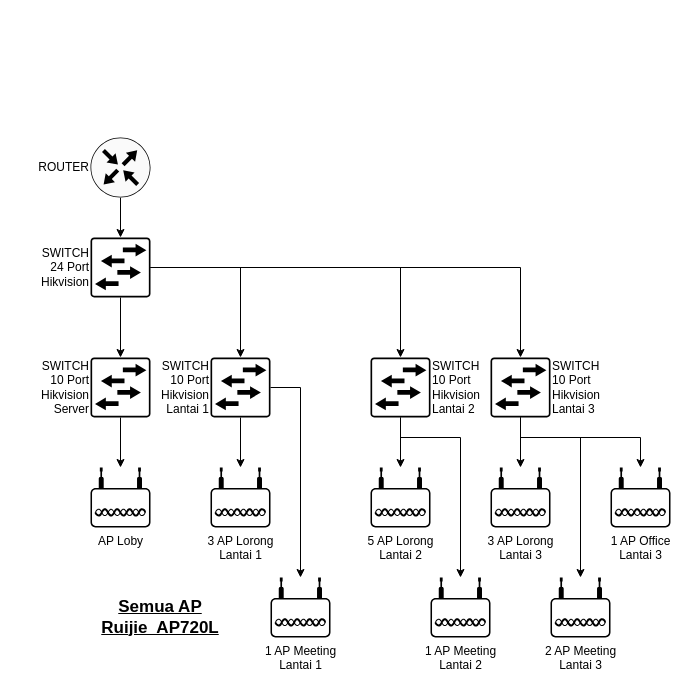
Before: page "Existing" (1 of 2) of Topologi Kiyana Hotel Batang.drawio in hnkzf/topologi-site, a draw.io diagram. Source tidied: cells renumbered, new cells numbered last; positions are measured from the earlier drawing's top-left corner, leaving out a move shared by most shapes. Both pictures are drawn from the tidied source at 100%, with x=0, y=0 at pixel (90, 137).
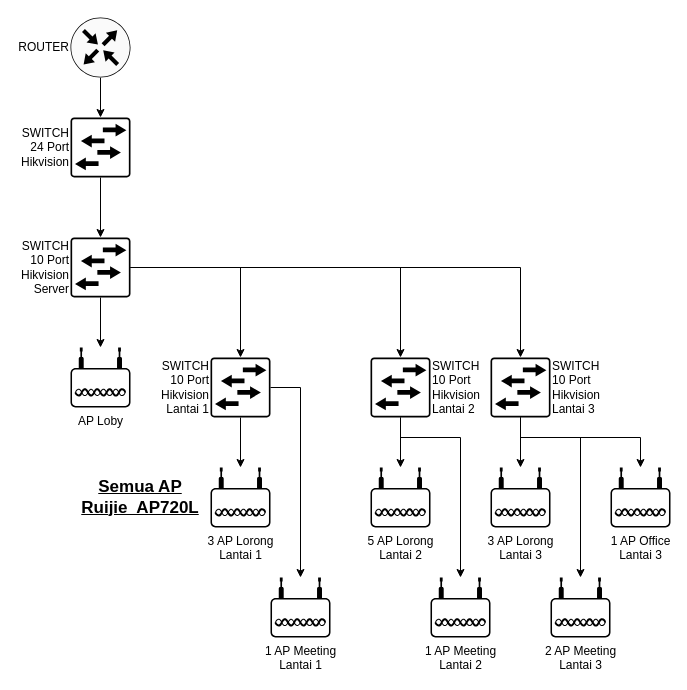
After the change.

The change refers to these unchanged cells:
```xml
<mxCell id="9" value="SWITCH&lt;div&gt;10 Port&lt;/div&gt;&lt;div&gt;Hikvision&lt;/div&gt;&lt;div&gt;Lantai 1&lt;/div&gt;" style="sketch=0;points=[[0.015,0.015,0],[0.985,0.015,0],[0.985,0.985,0],[0.015,0.985,0],[0.25,0,0],[0.5,0,0],[0.75,0,0],[1,0.25,0],[1,0.5,0],[1,0.75,0],[0.75,1,0],[0.5,1,0],[0.25,1,0],[0,0.75,0],[0,0.5,0],[0,0.25,0]];verticalLabelPosition=middle;html=1;verticalAlign=middle;align=right;shape=mxgraph.cisco19.rect;prIcon=l2_switch;fillColor=none;strokeColor=#000000;labelPosition=left;" parent="1" vertex="1">
  <mxGeometry x="120" y="220" width="60" height="60" as="geometry" />
</mxCell>
<mxCell id="11" value="SWITCH&lt;div&gt;10 Port&lt;/div&gt;&lt;div&gt;Hikvision&lt;/div&gt;&lt;div&gt;Lantai 2&lt;/div&gt;" style="sketch=0;points=[[0.015,0.015,0],[0.985,0.015,0],[0.985,0.985,0],[0.015,0.985,0],[0.25,0,0],[0.5,0,0],[0.75,0,0],[1,0.25,0],[1,0.5,0],[1,0.75,0],[0.75,1,0],[0.5,1,0],[0.25,1,0],[0,0.75,0],[0,0.5,0],[0,0.25,0]];verticalLabelPosition=middle;html=1;verticalAlign=middle;align=left;shape=mxgraph.cisco19.rect;prIcon=l2_switch;fillColor=none;strokeColor=#000000;labelPosition=right;" parent="1" vertex="1">
  <mxGeometry x="280" y="220" width="60" height="60" as="geometry" />
</mxCell>
<mxCell id="13" value="SWITCH&lt;div&gt;10 Port&lt;/div&gt;&lt;div&gt;Hikvision&lt;/div&gt;&lt;div&gt;Lantai 3&lt;/div&gt;" style="sketch=0;points=[[0.015,0.015,0],[0.985,0.015,0],[0.985,0.985,0],[0.015,0.985,0],[0.25,0,0],[0.5,0,0],[0.75,0,0],[1,0.25,0],[1,0.5,0],[1,0.75,0],[0.75,1,0],[0.5,1,0],[0.25,1,0],[0,0.75,0],[0,0.5,0],[0,0.25,0]];verticalLabelPosition=middle;html=1;verticalAlign=middle;align=left;shape=mxgraph.cisco19.rect;prIcon=l2_switch;fillColor=none;strokeColor=#000000;labelPosition=right;" parent="1" vertex="1">
  <mxGeometry x="400" y="220" width="60" height="60" as="geometry" />
</mxCell>
```

Diff of the diagram source:
```diff
@@
     <mxCell id="3" value="ROUTER" style="sketch=0;points=[[0.5,0,0],[1,0.5,0],[0.5,1,0],[0,0.5,0],[0.145,0.145,0],[0.8555,0.145,0],[0.855,0.8555,0],[0.145,0.855,0]];verticalLabelPosition=middle;html=1;verticalAlign=middle;align=right;shape=mxgraph.cisco19.rect;prIcon=router;fillColor=#FAFAFA;strokeColor=none;strokeWidth=1;labelPosition=left;" parent="1" vertex="1">
-      <mxGeometry width="60" height="60" as="geometry" />
+      <mxGeometry x="-20" y="-120" width="60" height="60" as="geometry" />
     </mxCell>
     <mxCell id="4" value="SWITCH&lt;div&gt;24 Port&lt;/div&gt;&lt;div&gt;Hikvision&lt;/div&gt;" style="sketch=0;points=[[0.015,0.015,0],[0.985,0.015,0],[0.985,0.985,0],[0.015,0.985,0],[0.25,0,0],[0.5,0,0],[0.75,0,0],[1,0.25,0],[1,0.5,0],[1,0.75,0],[0.75,1,0],[0.5,1,0],[0.25,1,0],[0,0.75,0],[0,0.5,0],[0,0.25,0]];verticalLabelPosition=middle;html=1;verticalAlign=middle;align=right;shape=mxgraph.cisco19.rect;prIcon=l2_switch;fillColor=none;strokeColor=#000000;labelPosition=left;labelBackgroundColor=default;" parent="1" vertex="1">
-      <mxGeometry y="100" width="60" height="60" as="geometry" />
+      <mxGeometry x="-20" y="-20" width="60" height="60" as="geometry" />
     </mxCell>
@@
+    <mxCell id="30" style="edgeStyle=orthogonalEdgeStyle;rounded=0;jettySize=auto;html=1;entryX=0.5;entryY=0;entryDx=0;entryDy=0;entryPerimeter=0;" parent="1" edge="1" source="6" target="13">
+      <mxGeometry relative="1" as="geometry" />
+    </mxCell>
     <mxCell id="6" value="SWITCH&lt;div&gt;10 Port&lt;/div&gt;&lt;div&gt;Hikvision&lt;/div&gt;&lt;div&gt;Server&lt;/div&gt;" style="sketch=0;points=[[0.015,0.015,0],[0.985,0.015,0],[0.985,0.985,0],[0.015,0.985,0],[0.25,0,0],[0.5,0,0],[0.75,0,0],[1,0.25,0],[1,0.5,0],[1,0.75,0],[0.75,1,0],[0.5,1,0],[0.25,1,0],[0,0.75,0],[0,0.5,0],[0,0.25,0]];verticalLabelPosition=middle;html=1;verticalAlign=middle;align=right;shape=mxgraph.cisco19.rect;prIcon=l2_switch;fillColor=none;strokeColor=#000000;labelPosition=left;" parent="1" vertex="1">
-      <mxGeometry y="220" width="60" height="60" as="geometry" />
+      <mxGeometry x="-20" y="100" width="60" height="60" as="geometry" />
     </mxCell>
@@
-    <mxCell id="15" style="edgeStyle=orthogonalEdgeStyle;rounded=0;jettySize=auto;html=1;entryX=0.5;entryY=0;entryDx=0;entryDy=0;entryPerimeter=0;" parent="1" edge="1" source="4" target="9">
-      <mxGeometry relative="1" as="geometry" />
-    </mxCell>
-    <mxCell id="16" style="edgeStyle=orthogonalEdgeStyle;rounded=0;jettySize=auto;html=1;entryX=0.5;entryY=0;entryDx=0;entryDy=0;entryPerimeter=0;" parent="1" edge="1" source="4" target="11">
-      <mxGeometry relative="1" as="geometry" />
-    </mxCell>
-    <mxCell id="17" style="edgeStyle=orthogonalEdgeStyle;rounded=0;jettySize=auto;html=1;entryX=0.5;entryY=0;entryDx=0;entryDy=0;entryPerimeter=0;" parent="1" edge="1" source="4" target="13">
-      <mxGeometry relative="1" as="geometry" />
-    </mxCell>
     <mxCell id="18" value="AP Loby" style="points=[[0.03,0.36,0],[0.18,0,0],[0.5,0.34,0],[0.82,0,0],[0.97,0.36,0],[1,0.67,0],[0.975,0.975,0],[0.5,1,0],[0.025,0.975,0],[0,0.67,0]];verticalLabelPosition=bottom;sketch=0;html=1;verticalAlign=top;align=center;shape=mxgraph.cisco19.wireless_access_point;fillColor=#000000;strokeColor=none;" parent="1" vertex="1">
-      <mxGeometry y="330" width="60" height="60" as="geometry" />
+      <mxGeometry x="-20" y="210" width="60" height="60" as="geometry" />
     </mxCell>
@@
     <mxCell id="29" value="Semua AP Ruijie&amp;nbsp; AP720L" style="text;html=1;align=center;verticalAlign=middle;whiteSpace=wrap;rounded=0;fontStyle=5;fontSize=17;" parent="1" vertex="1">
-      <mxGeometry y="460" width="140" height="40" as="geometry" />
+      <mxGeometry x="-20" y="340" width="140" height="40" as="geometry" />
     </mxCell>
+    <mxCell id="31" style="edgeStyle=orthogonalEdgeStyle;rounded=0;jettySize=auto;html=1;entryX=0.5;entryY=0;entryDx=0;entryDy=0;entryPerimeter=0;" parent="1" edge="1" source="6" target="9">
+      <mxGeometry relative="1" as="geometry" />
+    </mxCell>
+    <mxCell id="32" style="edgeStyle=orthogonalEdgeStyle;rounded=0;jettySize=auto;html=1;entryX=0.5;entryY=0;entryDx=0;entryDy=0;entryPerimeter=0;" parent="1" edge="1" source="6" target="11">
+      <mxGeometry relative="1" as="geometry" />
+    </mxCell>
```
